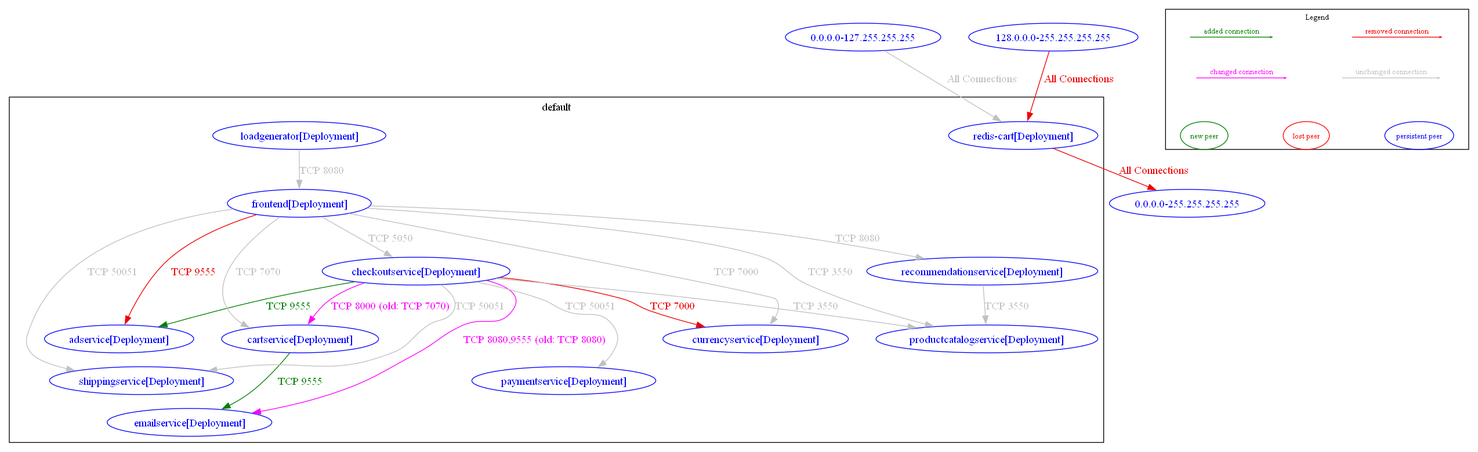
Earlier version of the Graphviz export test_outputs/diff/TsetOutputWithArgNamesOption_diff_between_onlineboutique_workloads_changed_netpols_and_onlineboutique_workloads.dot.png (np-guard/netpol-analyzer). Its source is kept beside it as test_outputs/diff/TsetOutputWithArgNamesOption_diff_between_onlineboutique_workloads_changed_netpols_and_onlineboutique_workloads.dot.
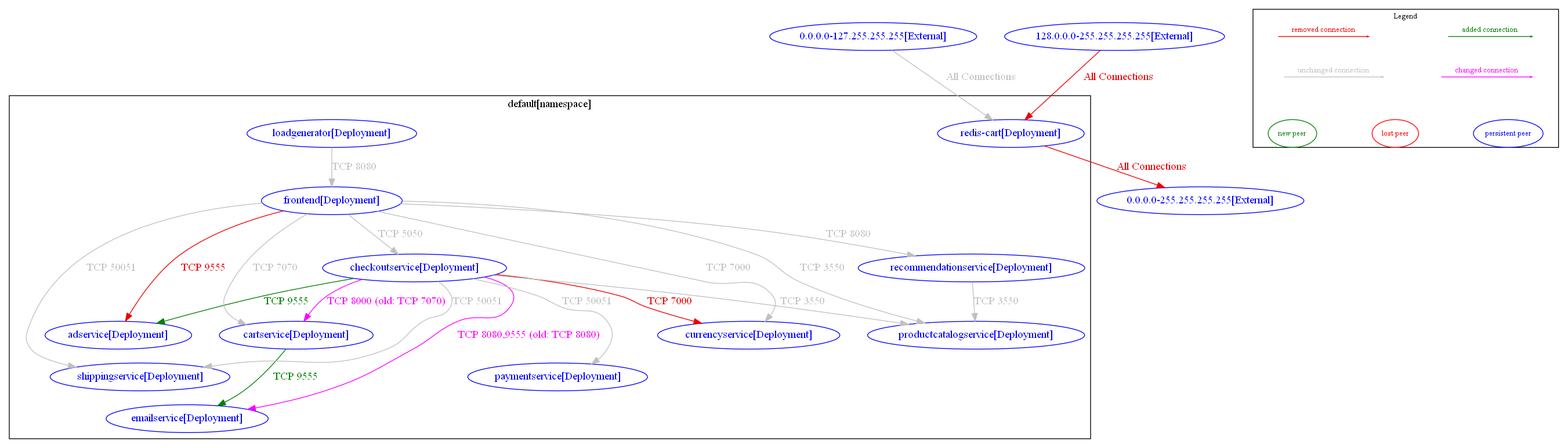
The same diagram one commit later.

Change to the diagram source:
```diff
@@ -1,5 +1,5 @@
 digraph {
-	subgraph "cluster_default" {
+	subgraph "cluster_default[namespace]" {
 		color="black"
 		fontcolor="black"
 		"default/adservice[Deployment]" [label="adservice[Deployment]" color="blue" fontcolor="blue"]
@@ -14,13 +14,13 @@
 		"default/recommendationservice[Deployment]" [label="recommendationservice[Deployment]" color="blue" fontcolor="blue"]
 		"default/redis-cart[Deployment]" [label="redis-cart[Deployment]" color="blue" fontcolor="blue"]
 		"default/shippingservice[Deployment]" [label="shippingservice[Deployment]" color="blue" fontcolor="blue"]
-		label="default"
+		label="default[namespace]"
 	}
-	"0.0.0.0-127.255.255.255" [label="0.0.0.0-127.255.255.255" color="blue" fontcolor="blue"]
-	"0.0.0.0-255.255.255.255" [label="0.0.0.0-255.255.255.255" color="blue" fontcolor="blue"]
-	"128.0.0.0-255.255.255.255" [label="128.0.0.0-255.255.255.255" color="blue" fontcolor="blue"]
-	"0.0.0.0-127.255.255.255" -> "default/redis-cart[Deployment]" [label="All Connections" color="grey" fontcolor="grey" weight=0.5]
-	"128.0.0.0-255.255.255.255" -> "default/redis-cart[Deployment]" [label="All Connections" color="red2" fontcolor="red2" weight=0.5]
+	"0.0.0.0-127.255.255.255[External]" [label="0.0.0.0-127.255.255.255[External]" color="blue" fontcolor="blue"]
+	"0.0.0.0-255.255.255.255[External]" [label="0.0.0.0-255.255.255.255[External]" color="blue" fontcolor="blue"]
+	"128.0.0.0-255.255.255.255[External]" [label="128.0.0.0-255.255.255.255[External]" color="blue" fontcolor="blue"]
+	"0.0.0.0-127.255.255.255[External]" -> "default/redis-cart[Deployment]" [label="All Connections" color="grey" fontcolor="grey" weight=0.5]
+	"128.0.0.0-255.255.255.255[External]" -> "default/redis-cart[Deployment]" [label="All Connections" color="red2" fontcolor="red2" weight=0.5]
 	"default/cartservice[Deployment]" -> "default/emailservice[Deployment]" [label="TCP 9555" color="#008000" fontcolor="#008000" weight=0.5]
 	"default/checkoutservice[Deployment]" -> "default/adservice[Deployment]" [label="TCP 9555" color="#008000" fontcolor="#008000" weight=1]
 	"default/checkoutservice[Deployment]" -> "default/cartservice[Deployment]" [label="TCP 8000 (old: TCP 7070)" color="magenta" fontcolor="magenta" weight=1]
@@ -38,7 +38,7 @@
 	"default/frontend[Deployment]" -> "default/shippingservice[Deployment]" [label="TCP 50051" color="grey" fontcolor="grey" weight=0.5]
 	"default/loadgenerator[Deployment]" -> "default/frontend[Deployment]" [label="TCP 8080" color="grey" fontcolor="grey" weight=1]
 	"default/recommendationservice[Deployment]" -> "default/productcatalogservice[Deployment]" [label="TCP 3550" color="grey" fontcolor="grey" weight=1]
-	"default/redis-cart[Deployment]" -> "0.0.0.0-255.255.255.255" [label="All Connections" color="red2" fontcolor="red2" weight=1]
+	"default/redis-cart[Deployment]" -> "0.0.0.0-255.255.255.255[External]" [label="All Connections" color="red2" fontcolor="red2" weight=1]
 	nodesep=0.5
 	subgraph cluster_legend {
 		label="Legend"
```
